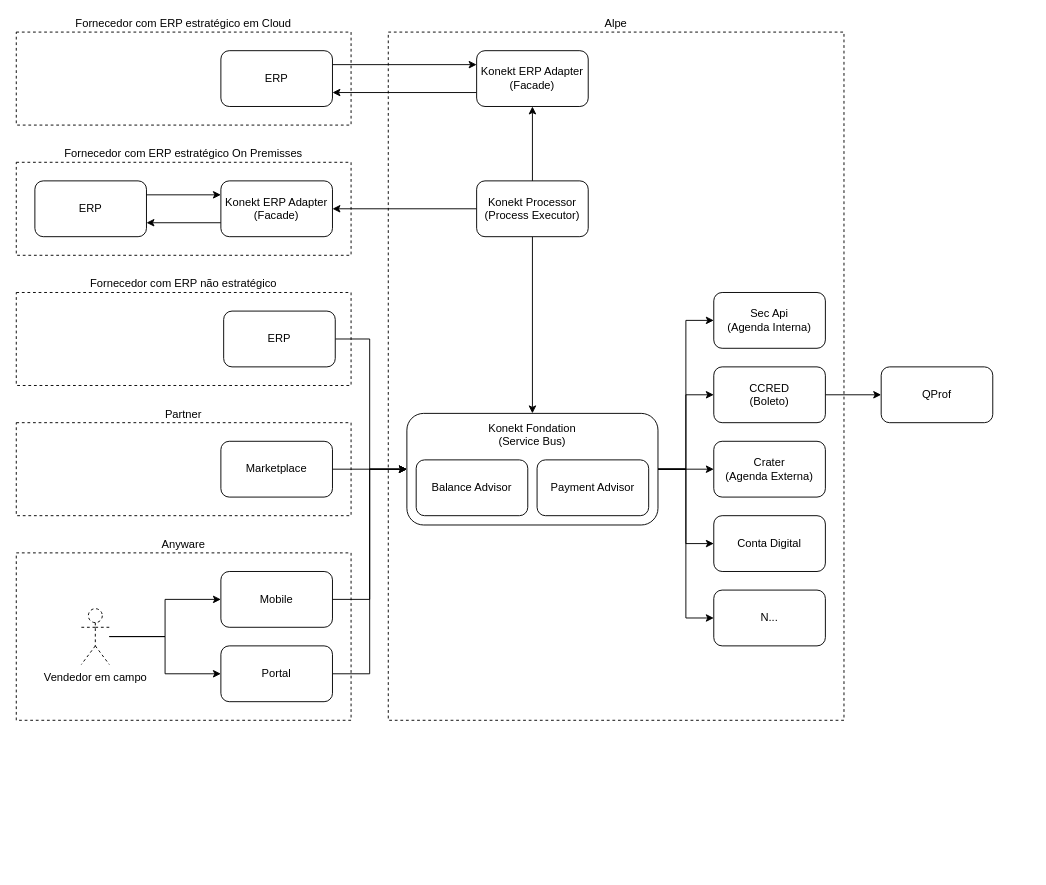
This is Untitled Diagram.drawio from thiagolealassis/diagrams, a draw.io file, before an edit. Source tidied: cells renumbered, new cells numbered last; positions are measured from the earlier drawing's top-left corner, leaving out a move shared by most shapes. Both pictures are drawn from the tidied source at 93%, with x=0, y=0 at pixel (16, 32).
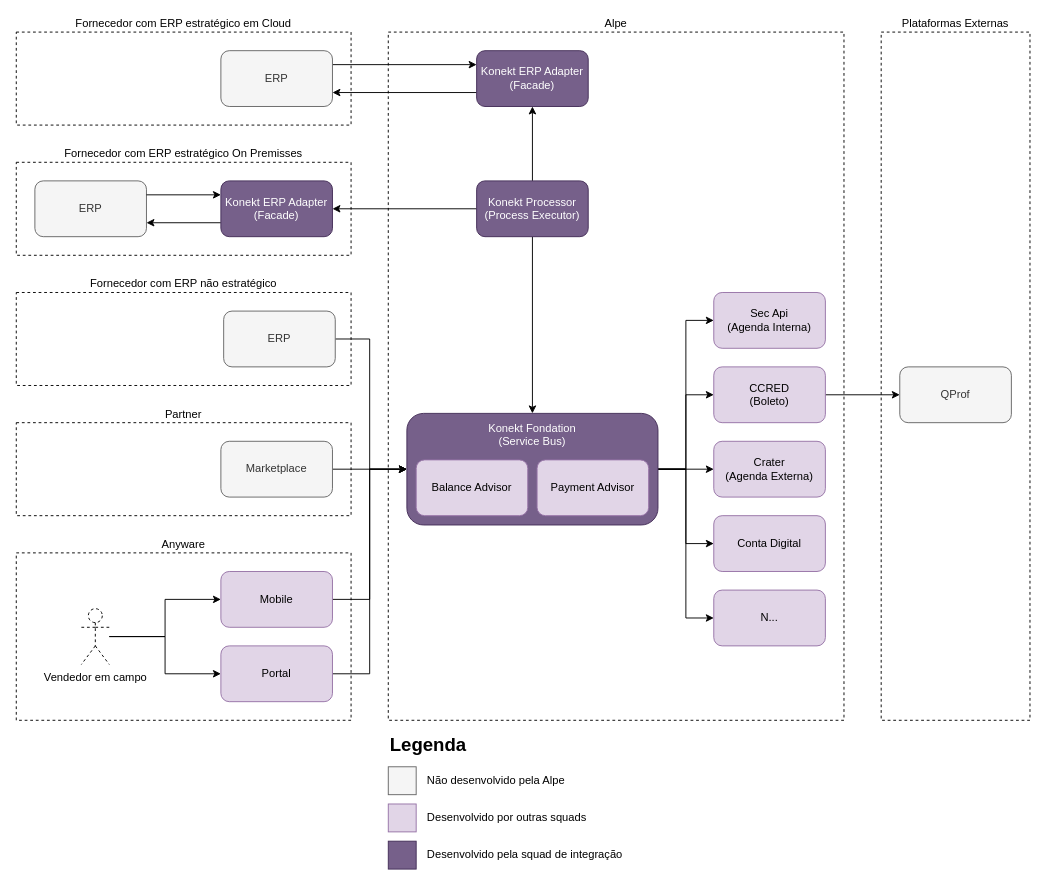
The same diagram, later.

Unchanged cells that the change refers to:
```xml
<mxCell id="18" style="group;" parent="1" vertex="1">
  <mxGeometry y="140" width="360" height="100" as="geometry" />
</mxCell>
```

The edit, as a diff of the source:
```diff
@@
+    <mxCell id="47" value="Plataformas Externas" style="rounded=0;html=1;fillColor=none;labelPosition=center;verticalLabelPosition=top;align=center;verticalAlign=bottom;whiteSpace=wrap;spacingTop=0;dashed=1;" parent="1" vertex="1">
+      <mxGeometry x="930" width="160" height="740" as="geometry" />
+    </mxCell>
+    <mxCell id="24" value="Partner" style="rounded=0;html=1;fillColor=none;labelPosition=center;verticalLabelPosition=top;align=center;verticalAlign=bottom;whiteSpace=wrap;spacingTop=0;dashed=1;" parent="1" vertex="1">
+      <mxGeometry y="420" width="360" height="100" as="geometry" />
+    </mxCell>
@@
-    <mxCell id="5" style="edgeStyle=orthogonalEdgeStyle;rounded=0;jettySize=auto;html=1;entryX=0;entryY=0.5;entryDx=0;entryDy=0;" parent="1" edge="1" source="42" target="17">
-      <mxGeometry relative="1" as="geometry">
-        <Array as="points">
-          <mxPoint x="380" y="330" />
-          <mxPoint x="380" y="470" />
-        </Array>
-      </mxGeometry>
-    </mxCell>
+    <mxCell id="48" style="edgeStyle=orthogonalEdgeStyle;rounded=0;jettySize=auto;html=1;entryX=0;entryY=0.5;entryDx=0;entryDy=0;" parent="1" edge="1" source="59" target="17">
+      <mxGeometry relative="1" as="geometry">
+        <Array as="points">
+          <mxPoint x="380" y="330" />
+          <mxPoint x="380" y="470" />
+        </Array>
+      </mxGeometry>
+    </mxCell>
@@
-    <mxCell id="7" value="Marketplace" style="rounded=1;whiteSpace=wrap;html=1;" parent="1" vertex="1">
+    <mxCell id="7" value="Marketplace" style="rounded=1;whiteSpace=wrap;html=1;fillColor=#f5f5f5;fontColor=#333333;strokeColor=#666666;" parent="1" vertex="1">
       <mxGeometry x="220" y="440" width="120" height="60" as="geometry" />
     </mxCell>
@@
-    <mxCell id="9" value="Mobile" style="rounded=1;whiteSpace=wrap;html=1;" parent="1" vertex="1">
+    <mxCell id="9" value="Mobile" style="rounded=1;whiteSpace=wrap;html=1;fillColor=#e1d5e7;strokeColor=#9673a6;" parent="1" vertex="1">
       <mxGeometry x="220" y="580" width="120" height="60" as="geometry" />
     </mxCell>
@@
-    <mxCell id="11" value="Portal" style="rounded=1;whiteSpace=wrap;html=1;" parent="1" vertex="1">
+    <mxCell id="11" value="Portal" style="rounded=1;whiteSpace=wrap;html=1;fillColor=#e1d5e7;strokeColor=#9673a6;" parent="1" vertex="1">
       <mxGeometry x="220" y="660" width="120" height="60" as="geometry" />
     </mxCell>
@@
-    <mxCell id="17" value="Konekt Fondation&lt;br&gt;(Service Bus)" style="rounded=1;whiteSpace=wrap;html=1;labelPosition=center;verticalLabelPosition=top;align=center;verticalAlign=bottom;horizontal=1;spacingBottom=-40;" parent="1" vertex="1">
+    <mxCell id="17" value="Konekt Fondation&lt;br&gt;(Service Bus)" style="rounded=1;whiteSpace=wrap;html=1;labelPosition=center;verticalLabelPosition=top;align=center;verticalAlign=bottom;horizontal=1;spacingBottom=-40;fillColor=#76608a;strokeColor=#432D57;fontColor=#ffffff;" parent="1" vertex="1">
       <mxGeometry x="420" y="410" width="270" height="120" as="geometry" />
     </mxCell>
@@
-    <mxCell id="20" value="ERP" style="rounded=1;whiteSpace=wrap;html=1;" parent="18" vertex="1">
-      <mxGeometry x="20" y="20" width="120" height="60" as="geometry" />
-    </mxCell>
-    <mxCell id="21" style="edgeStyle=orthogonalEdgeStyle;rounded=0;jettySize=auto;html=1;exitX=0;exitY=0.75;exitDx=0;exitDy=0;entryX=1;entryY=0.75;entryDx=0;entryDy=0;" parent="18" edge="1" source="22" target="20">
-      <mxGeometry relative="1" as="geometry" />
-    </mxCell>
-    <mxCell id="22" value="Konekt ERP Adapter&lt;br&gt;(Facade)" style="rounded=1;whiteSpace=wrap;html=1;" parent="18" vertex="1">
-      <mxGeometry x="220" y="20" width="120" height="60" as="geometry" />
-    </mxCell>
-    <mxCell id="23" style="edgeStyle=orthogonalEdgeStyle;rounded=0;jettySize=auto;html=1;exitX=1;exitY=0.25;exitDx=0;exitDy=0;entryX=0;entryY=0.25;entryDx=0;entryDy=0;" parent="18" edge="1" source="20" target="22">
-      <mxGeometry relative="1" as="geometry" />
-    </mxCell>
-    <mxCell id="24" value="Partner" style="rounded=0;html=1;fillColor=none;labelPosition=center;verticalLabelPosition=top;align=center;verticalAlign=bottom;whiteSpace=wrap;spacingTop=0;dashed=1;" parent="1" vertex="1">
-      <mxGeometry y="420" width="360" height="100" as="geometry" />
-    </mxCell>
+    <mxCell id="49" value="ERP" style="rounded=1;whiteSpace=wrap;html=1;fillColor=#f5f5f5;fontColor=#333333;strokeColor=#666666;" parent="18" vertex="1">
+      <mxGeometry x="20" y="20" width="120" height="60" as="geometry" />
+    </mxCell>
+    <mxCell id="50" style="edgeStyle=orthogonalEdgeStyle;rounded=0;jettySize=auto;html=1;exitX=0;exitY=0.75;exitDx=0;exitDy=0;entryX=1;entryY=0.75;entryDx=0;entryDy=0;" parent="18" edge="1" source="51" target="49">
+      <mxGeometry relative="1" as="geometry" />
+    </mxCell>
+    <mxCell id="51" value="Konekt ERP Adapter&lt;br&gt;(Facade)" style="rounded=1;whiteSpace=wrap;html=1;fillColor=#76608a;strokeColor=#432D57;fontColor=#ffffff;" parent="18" vertex="1">
+      <mxGeometry x="220" y="20" width="120" height="60" as="geometry" />
+    </mxCell>
+    <mxCell id="52" style="edgeStyle=orthogonalEdgeStyle;rounded=0;jettySize=auto;html=1;exitX=1;exitY=0.25;exitDx=0;exitDy=0;entryX=0;entryY=0.25;entryDx=0;entryDy=0;" parent="18" edge="1" source="49" target="51">
+      <mxGeometry relative="1" as="geometry" />
+    </mxCell>
@@
-    <mxCell id="26" style="edgeStyle=orthogonalEdgeStyle;rounded=0;jettySize=auto;html=1;exitX=1;exitY=0.25;exitDx=0;exitDy=0;entryX=0;entryY=0.25;entryDx=0;entryDy=0;" parent="1" edge="1" source="27" target="29">
-      <mxGeometry relative="1" as="geometry" />
-    </mxCell>
-    <mxCell id="27" value="ERP" style="rounded=1;whiteSpace=wrap;html=1;" parent="1" vertex="1">
-      <mxGeometry x="220" y="20" width="120" height="60" as="geometry" />
-    </mxCell>
-    <mxCell id="28" style="edgeStyle=orthogonalEdgeStyle;rounded=0;jettySize=auto;html=1;exitX=0;exitY=0.75;exitDx=0;exitDy=0;entryX=1;entryY=0.75;entryDx=0;entryDy=0;" parent="1" edge="1" source="29" target="27">
-      <mxGeometry relative="1" as="geometry" />
-    </mxCell>
-    <mxCell id="29" value="Konekt ERP Adapter&lt;br&gt;(Facade)" style="rounded=1;whiteSpace=wrap;html=1;" parent="1" vertex="1">
-      <mxGeometry x="495" y="20" width="120" height="60" as="geometry" />
-    </mxCell>
+    <mxCell id="53" style="edgeStyle=orthogonalEdgeStyle;rounded=0;jettySize=auto;html=1;exitX=1;exitY=0.25;exitDx=0;exitDy=0;entryX=0;entryY=0.25;entryDx=0;entryDy=0;" parent="1" edge="1" source="54" target="56">
+      <mxGeometry relative="1" as="geometry" />
+    </mxCell>
+    <mxCell id="54" value="ERP" style="rounded=1;whiteSpace=wrap;html=1;fillColor=#f5f5f5;fontColor=#333333;strokeColor=#666666;" parent="1" vertex="1">
+      <mxGeometry x="220" y="20" width="120" height="60" as="geometry" />
+    </mxCell>
+    <mxCell id="55" style="edgeStyle=orthogonalEdgeStyle;rounded=0;jettySize=auto;html=1;exitX=0;exitY=0.75;exitDx=0;exitDy=0;entryX=1;entryY=0.75;entryDx=0;entryDy=0;" parent="1" edge="1" source="56" target="54">
+      <mxGeometry relative="1" as="geometry" />
+    </mxCell>
+    <mxCell id="56" value="Konekt ERP Adapter&lt;br&gt;(Facade)" style="rounded=1;whiteSpace=wrap;html=1;fillColor=#76608a;strokeColor=#432D57;fontColor=#ffffff;" parent="1" vertex="1">
+      <mxGeometry x="495" y="20" width="120" height="60" as="geometry" />
+    </mxCell>
@@
-    <mxCell id="31" style="edgeStyle=orthogonalEdgeStyle;rounded=0;jettySize=auto;html=1;exitX=0;exitY=0.5;exitDx=0;exitDy=0;entryX=1;entryY=0.5;entryDx=0;entryDy=0;" parent="1" edge="1" source="33" target="22">
-      <mxGeometry relative="1" as="geometry" />
-    </mxCell>
-    <mxCell id="32" style="edgeStyle=orthogonalEdgeStyle;rounded=0;jettySize=auto;html=1;exitX=0.5;exitY=0;exitDx=0;exitDy=0;entryX=0.5;entryY=1;entryDx=0;entryDy=0;" parent="1" edge="1" source="33" target="29">
-      <mxGeometry relative="1" as="geometry" />
-    </mxCell>
+    <mxCell id="57" style="edgeStyle=orthogonalEdgeStyle;rounded=0;jettySize=auto;html=1;exitX=0;exitY=0.5;exitDx=0;exitDy=0;entryX=1;entryY=0.5;entryDx=0;entryDy=0;" parent="1" edge="1" source="33" target="51">
+      <mxGeometry relative="1" as="geometry" />
+    </mxCell>
+    <mxCell id="58" style="edgeStyle=orthogonalEdgeStyle;rounded=0;jettySize=auto;html=1;exitX=0.5;exitY=0;exitDx=0;exitDy=0;entryX=0.5;entryY=1;entryDx=0;entryDy=0;" parent="1" edge="1" source="33" target="56">
+      <mxGeometry relative="1" as="geometry" />
+    </mxCell>
-    <mxCell id="33" value="Konekt Processor&lt;br&gt;(Process Executor)" style="rounded=1;whiteSpace=wrap;html=1;" parent="1" vertex="1">
+    <mxCell id="33" value="Konekt Processor&lt;br&gt;(Process Executor)" style="rounded=1;whiteSpace=wrap;html=1;fillColor=#76608a;fontColor=#ffffff;strokeColor=#432D57;" parent="1" vertex="1">
       <mxGeometry x="495" y="160" width="120" height="60" as="geometry" />
     </mxCell>
-    <mxCell id="34" value="Sec Api&lt;br&gt;(Agenda Interna)" style="rounded=1;whiteSpace=wrap;html=1;" parent="1" vertex="1">
+    <mxCell id="34" value="Sec Api&lt;br&gt;(Agenda Interna)" style="rounded=1;whiteSpace=wrap;html=1;fillColor=#e1d5e7;strokeColor=#9673a6;" parent="1" vertex="1">
       <mxGeometry x="750" y="280" width="120" height="60" as="geometry" />
     </mxCell>
@@
-    <mxCell id="36" value="CCRED&lt;br&gt;(Boleto)" style="rounded=1;whiteSpace=wrap;html=1;" parent="1" vertex="1">
+    <mxCell id="36" value="CCRED&lt;br&gt;(Boleto)" style="rounded=1;whiteSpace=wrap;html=1;fillColor=#e1d5e7;strokeColor=#9673a6;" parent="1" vertex="1">
       <mxGeometry x="750" y="360" width="120" height="60" as="geometry" />
     </mxCell>
-    <mxCell id="37" value="Crater&lt;br&gt;(Agenda Externa)" style="rounded=1;whiteSpace=wrap;html=1;" parent="1" vertex="1">
+    <mxCell id="37" value="Crater&lt;br&gt;(Agenda Externa)" style="rounded=1;whiteSpace=wrap;html=1;fillColor=#e1d5e7;strokeColor=#9673a6;" parent="1" vertex="1">
       <mxGeometry x="750" y="440" width="120" height="60" as="geometry" />
     </mxCell>
-    <mxCell id="38" value="Conta Digital" style="rounded=1;whiteSpace=wrap;html=1;" parent="1" vertex="1">
+    <mxCell id="38" value="Conta Digital" style="rounded=1;whiteSpace=wrap;html=1;fillColor=#e1d5e7;strokeColor=#9673a6;" parent="1" vertex="1">
       <mxGeometry x="750" y="520" width="120" height="60" as="geometry" />
     </mxCell>
-    <mxCell id="39" value="N..." style="rounded=1;whiteSpace=wrap;html=1;" parent="1" vertex="1">
+    <mxCell id="39" value="N..." style="rounded=1;whiteSpace=wrap;html=1;fillColor=#e1d5e7;strokeColor=#9673a6;" parent="1" vertex="1">
       <mxGeometry x="750" y="600" width="120" height="60" as="geometry" />
     </mxCell>
-    <mxCell id="40" value="Balance Advisor" style="rounded=1;whiteSpace=wrap;html=1;" parent="1" vertex="1">
+    <mxCell id="40" value="Balance Advisor" style="rounded=1;whiteSpace=wrap;html=1;fillColor=#e1d5e7;strokeColor=#9673a6;" parent="1" vertex="1">
       <mxGeometry x="430" y="460" width="120" height="60" as="geometry" />
     </mxCell>
-    <mxCell id="41" value="Payment Advisor" style="rounded=1;whiteSpace=wrap;html=1;" parent="1" vertex="1">
+    <mxCell id="41" value="Payment Advisor" style="rounded=1;whiteSpace=wrap;html=1;fillColor=#e1d5e7;strokeColor=#9673a6;" parent="1" vertex="1">
       <mxGeometry x="560" y="460" width="120" height="60" as="geometry" />
     </mxCell>
-    <mxCell id="42" value="ERP" style="rounded=1;whiteSpace=wrap;html=1;" parent="1" vertex="1">
-      <mxGeometry x="223" y="300" width="120" height="60" as="geometry" />
-    </mxCell>
+    <mxCell id="59" value="ERP" style="rounded=1;whiteSpace=wrap;html=1;fillColor=#f5f5f5;fontColor=#333333;strokeColor=#666666;" parent="1" vertex="1">
+      <mxGeometry x="223" y="300" width="120" height="60" as="geometry" />
+    </mxCell>
-    <mxCell id="43" value="QProf" style="rounded=1;whiteSpace=wrap;html=1;" parent="1" vertex="1">
-      <mxGeometry x="930" y="360" width="120" height="60" as="geometry" />
+    <mxCell id="43" value="QProf" style="rounded=1;whiteSpace=wrap;html=1;fillColor=#f5f5f5;fontColor=#333333;strokeColor=#666666;" parent="1" vertex="1">
+      <mxGeometry x="950" y="360" width="120" height="60" as="geometry" />
     </mxCell>
@@
+    <mxCell id="60" style="group;" parent="1" vertex="1">
+      <mxGeometry x="400" y="750" width="270" height="150" as="geometry" />
+    </mxCell>
+    <mxCell id="61" style="rounded=0;whiteSpace=wrap;html=1;fillColor=#f5f5f5;strokeColor=#666666;fontColor=#333333;" parent="60" vertex="1">
+      <mxGeometry y="40" width="30" height="30" as="geometry" />
+    </mxCell>
+    <mxCell id="62" style="rounded=0;whiteSpace=wrap;html=1;fillColor=#e1d5e7;strokeColor=#9673a6;" parent="60" vertex="1">
+      <mxGeometry y="80" width="30" height="30" as="geometry" />
+    </mxCell>
+    <mxCell id="63" style="rounded=0;whiteSpace=wrap;html=1;fillColor=#76608a;strokeColor=#432D57;fontColor=#ffffff;" parent="60" vertex="1">
+      <mxGeometry y="120" width="30" height="30" as="geometry" />
+    </mxCell>
+    <mxCell id="64" value="Não desenvolvido pela Alpe" style="text;html=1;strokeColor=none;fillColor=none;align=left;verticalAlign=middle;whiteSpace=wrap;rounded=0;" parent="60" vertex="1">
+      <mxGeometry x="40" y="40" width="210" height="30" as="geometry" />
+    </mxCell>
+    <mxCell id="65" value="Desenvolvido por outras squads" style="text;html=1;strokeColor=none;fillColor=none;align=left;verticalAlign=middle;whiteSpace=wrap;rounded=0;" parent="60" vertex="1">
+      <mxGeometry x="40" y="80" width="210" height="30" as="geometry" />
+    </mxCell>
+    <mxCell id="66" value="Desenvolvido pela squad de integração" style="text;html=1;strokeColor=none;fillColor=none;align=left;verticalAlign=middle;whiteSpace=wrap;rounded=0;" parent="60" vertex="1">
+      <mxGeometry x="40" y="120" width="230" height="30" as="geometry" />
+    </mxCell>
+    <mxCell id="67" value="Legenda" style="text;html=1;strokeColor=none;fillColor=none;align=left;verticalAlign=middle;whiteSpace=wrap;rounded=0;fontStyle=1;fontSize=20;" parent="60" vertex="1">
+      <mxGeometry width="210" height="30" as="geometry" />
+    </mxCell>
```
